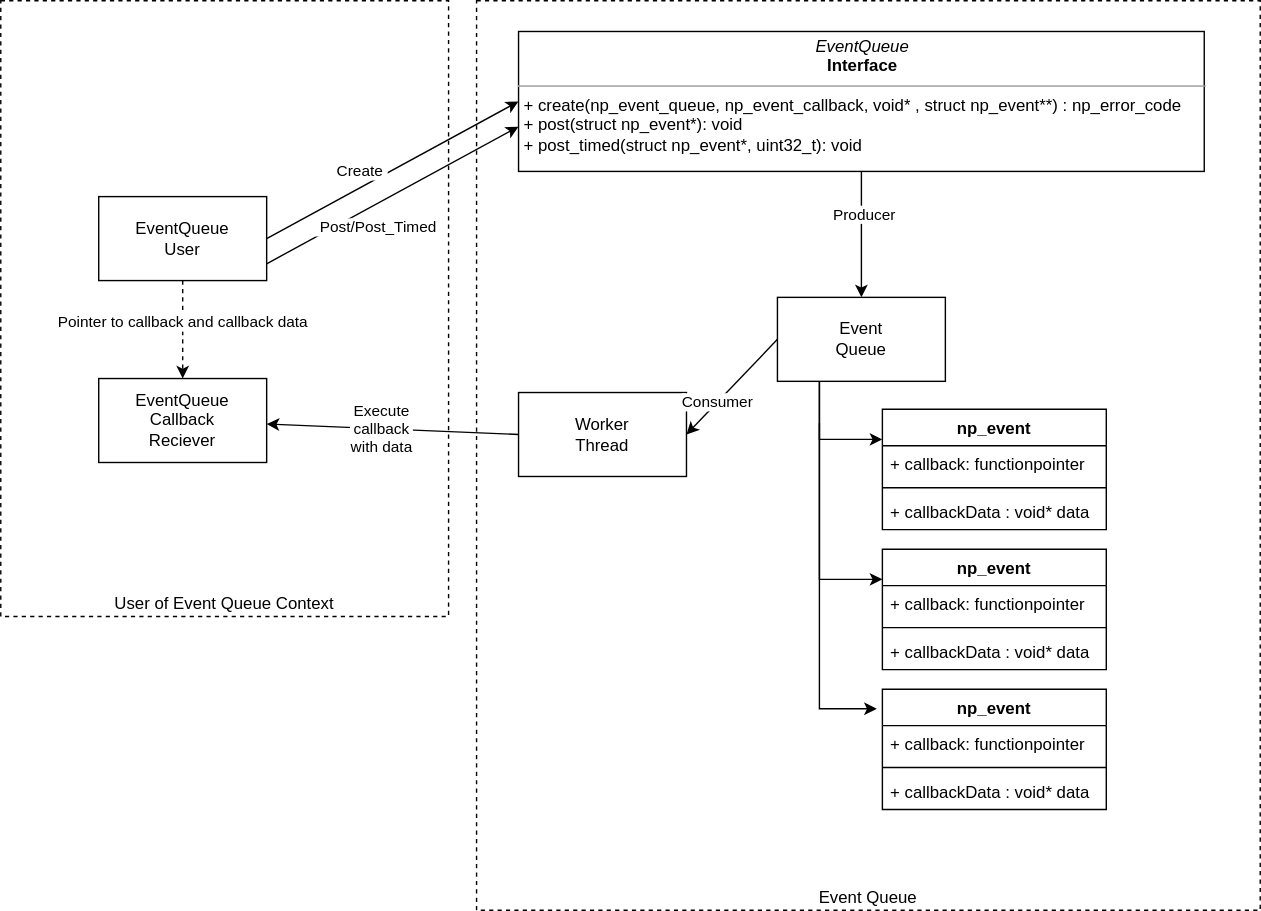
nabto/nabto-embedded-sdk keeps this draw.io diagram as doc/images/event_queue.svg. Above is the earlier version. Source tidied: cells renumbered, new cells last; positions are measured from the earlier drawing's top-left corner, leaving out a move shared by most shapes.
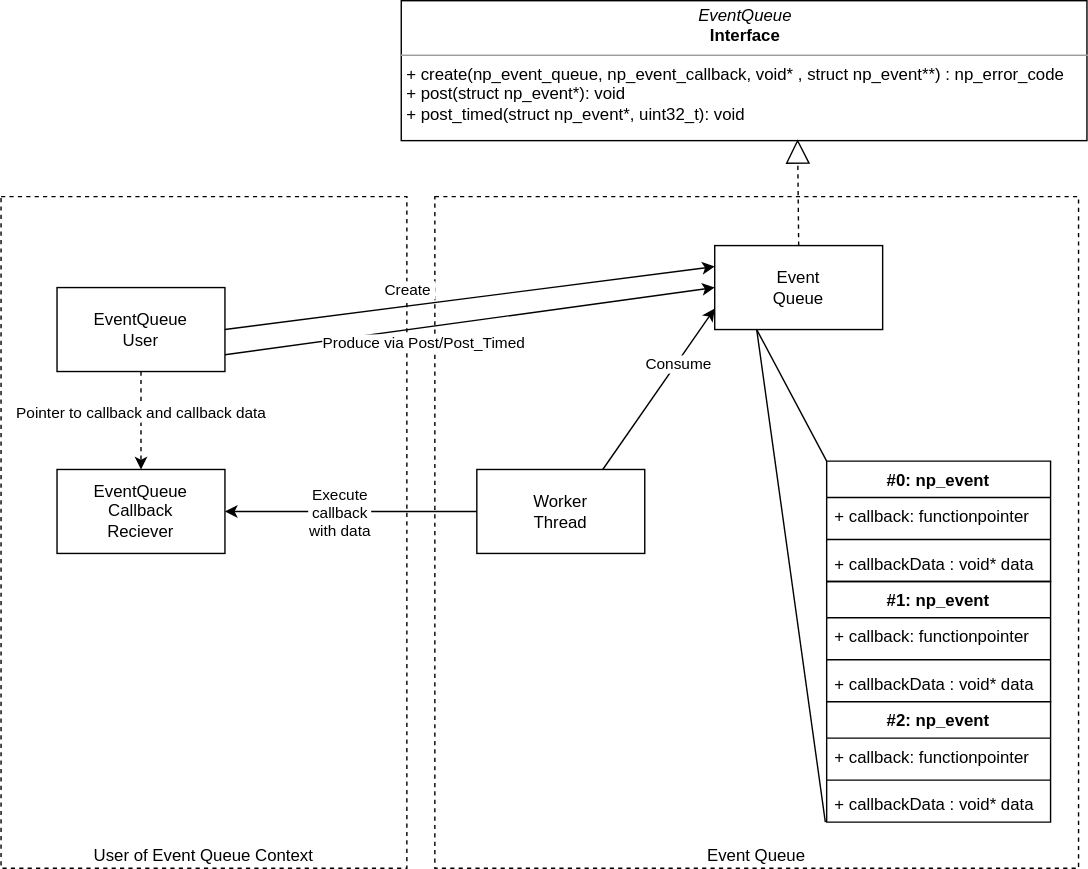
The same file after the commit.

Commit message:
cleaned up eq figure

Diff of the diagram source:
```diff
@@ -3,64 +3,39 @@
     <mxCell id="0" />
     <mxCell id="1" parent="0" />
     <mxCell id="2" value="Event Queue" style="rounded=0;whiteSpace=wrap;html=1;fillColor=none;dashed=1;verticalAlign=bottom;" parent="1" vertex="1">
-      <mxGeometry x="340" width="560" height="650" as="geometry" />
+      <mxGeometry x="340" y="70" width="460" height="480" as="geometry" />
     </mxCell>
     <mxCell id="3" value="User of Event Queue Context" style="rounded=0;whiteSpace=wrap;html=1;fillColor=none;dashed=1;verticalAlign=bottom;" parent="1" vertex="1">
-      <mxGeometry width="320" height="440" as="geometry" />
+      <mxGeometry x="30" y="70" width="290" height="480" as="geometry" />
     </mxCell>
     <mxCell id="4" value="Event&lt;br&gt;Queue" style="rounded=0;whiteSpace=wrap;html=1;" parent="1" vertex="1">
-      <mxGeometry x="555" y="212" width="120" height="60" as="geometry" />
+      <mxGeometry x="540" y="105" width="120" height="60" as="geometry" />
     </mxCell>
     <mxCell id="5" value="&lt;p style=&quot;margin: 0px ; margin-top: 4px ; text-align: center&quot;&gt;&lt;i&gt;EventQueue&lt;br&gt;&lt;/i&gt;&lt;b&gt;Interface&lt;/b&gt;&lt;/p&gt;&lt;hr size=&quot;1&quot;&gt;&lt;p style=&quot;margin: 0px ; margin-left: 4px&quot;&gt;&lt;/p&gt;&lt;p style=&quot;margin: 0px ; margin-left: 4px&quot;&gt;+&amp;nbsp;&lt;span&gt;create(np_event_queue, np_event_callback, void* , struct np_event**) : np_error_code&lt;/span&gt;&lt;/p&gt;&lt;p style=&quot;margin: 0px ; margin-left: 4px&quot;&gt;+ post(struct np_event*): void&lt;/p&gt;&lt;p style=&quot;margin: 0px 0px 0px 4px&quot;&gt;+ post_timed(struct np_event*, uint32_t): void&lt;/p&gt;&lt;p style=&quot;margin: 0px 0px 0px 4px&quot;&gt;&lt;br&gt;&lt;/p&gt;" style="verticalAlign=top;align=left;overflow=fill;fontSize=12;fontFamily=Helvetica;html=1;" parent="1" vertex="1">
-      <mxGeometry x="370" y="22" width="490" height="100" as="geometry" />
+      <mxGeometry x="316" y="-70" width="490" height="100" as="geometry" />
     </mxCell>
-    <mxCell id="6" style="endArrow=classic;html=1;exitX=0.25;exitY=1;exitDx=0;exitDy=0;edgeStyle=orthogonalEdgeStyle;entryX=0;entryY=0.25;entryDx=0;entryDy=0;rounded=0;" parent="1" edge="1" source="4" target="22">
-      <mxGeometry relative="1" as="geometry" />
-    </mxCell>
-    <mxCell id="7" style="endArrow=classic;html=1;edgeStyle=orthogonalEdgeStyle;entryX=0;entryY=0.25;entryDx=0;entryDy=0;rounded=0;" parent="1" edge="1" target="26">
-      <mxGeometry relative="1" as="geometry">
-        <mxPoint x="585" y="302" as="sourcePoint" />
-        <Array as="points">
-          <mxPoint x="585" y="414" />
-        </Array>
-      </mxGeometry>
-    </mxCell>
-    <mxCell id="8" style="endArrow=classic;html=1;edgeStyle=orthogonalEdgeStyle;rounded=0;entryX=-0.025;entryY=0.163;entryDx=0;entryDy=0;entryPerimeter=0;" parent="1" edge="1" target="30">
-      <mxGeometry relative="1" as="geometry">
-        <mxPoint x="585" y="272" as="sourcePoint" />
-        <Array as="points">
-          <mxPoint x="585" y="506" />
-        </Array>
-      </mxGeometry>
-    </mxCell>
     <mxCell id="9" value="EventQueue&lt;br&gt;User" style="rounded=0;whiteSpace=wrap;html=1;" parent="1" vertex="1">
-      <mxGeometry x="70" y="140" width="120" height="60" as="geometry" />
+      <mxGeometry x="70" y="135" width="120" height="60" as="geometry" />
     </mxCell>
-    <mxCell id="10" style="endArrow=classic;html=1;exitX=1;exitY=0.5;exitDx=0;exitDy=0;entryX=0;entryY=0.5;entryDx=0;entryDy=0;" parent="1" edge="1" source="9" target="5">
-      <mxGeometry relative="1" as="geometry" />
-    </mxCell>
+    <mxCell id="36" style="endArrow=classic;html=1;exitX=1;exitY=0.5;exitDx=0;exitDy=0;entryX=0;entryY=0.25;entryDx=0;entryDy=0;" parent="1" edge="1" source="9" target="4">
+      <mxGeometry relative="1" as="geometry" />
+    </mxCell>
-    <mxCell id="11" value="Create&amp;nbsp;" style="edgeLabel;html=1;align=center;verticalAlign=middle;" parent="10" vertex="1">
+    <mxCell id="11" value="Create&amp;nbsp;" style="edgeLabel;html=1;align=center;verticalAlign=middle;" parent="36" vertex="1">
       <mxGeometry x="-0.25" relative="1" as="geometry">
         <mxPoint y="-12" as="offset" />
       </mxGeometry>
     </mxCell>
     <mxCell id="12" value="Worker&lt;br&gt;Thread" style="rounded=0;whiteSpace=wrap;html=1;" parent="1" vertex="1">
-      <mxGeometry x="370" y="280" width="120" height="60" as="geometry" />
+      <mxGeometry x="370" y="265" width="120" height="60" as="geometry" />
     </mxCell>
-    <mxCell id="13" style="endArrow=none;html=1;exitX=1;exitY=0.5;exitDx=0;exitDy=0;entryX=0;entryY=0.5;entryDx=0;entryDy=0;startArrow=classic;startFill=1;endFill=0;" parent="1" edge="1" source="12" target="4">
-      <mxGeometry relative="1" as="geometry" />
-    </mxCell>
-    <mxCell id="14" value="Consumer" style="edgeLabel;html=1;align=center;verticalAlign=middle;" parent="13" vertex="1">
-      <mxGeometry x="-0.32" y="1" relative="1" as="geometry" />
-    </mxCell>
-    <mxCell id="15" style="endArrow=classic;html=1;exitX=0.5;exitY=1;exitDx=0;exitDy=0;entryX=0.5;entryY=0;entryDx=0;entryDy=0;startArrow=none;startFill=0;" parent="1" edge="1" source="5" target="4">
-      <mxGeometry relative="1" as="geometry" />
-    </mxCell>
-    <mxCell id="16" value="Producer" style="edgeLabel;html=1;align=center;verticalAlign=middle;" parent="15" vertex="1">
-      <mxGeometry x="-0.32" y="1" relative="1" as="geometry" />
-    </mxCell>
+    <mxCell id="37" style="endArrow=none;html=1;exitX=0;exitY=0.75;exitDx=0;exitDy=0;startArrow=classic;startFill=1;endFill=0;entryX=0.75;entryY=0;entryDx=0;entryDy=0;" parent="1" edge="1" source="4" target="12">
+      <mxGeometry relative="1" as="geometry" />
+    </mxCell>
+    <mxCell id="38" value="Consume" style="edgeLabel;html=1;align=center;verticalAlign=middle;" parent="37" vertex="1">
+      <mxGeometry x="-0.32" y="1" relative="1" as="geometry" />
+    </mxCell>
     <mxCell id="17" value="EventQueue&lt;br&gt;Callback&lt;br&gt;Reciever" style="rounded=0;whiteSpace=wrap;html=1;" parent="1" vertex="1">
-      <mxGeometry x="70" y="270" width="120" height="60" as="geometry" />
+      <mxGeometry x="70" y="265" width="120" height="60" as="geometry" />
     </mxCell>
     <mxCell id="18" style="endArrow=classic;html=1;exitX=0;exitY=0.5;exitDx=0;exitDy=0;" parent="1" edge="1" source="12" target="17">
       <mxGeometry relative="1" as="geometry" />
@@ -74,52 +49,60 @@
     <mxCell id="21" value="Pointer to callback and callback data" style="edgeLabel;html=1;align=center;verticalAlign=middle;" parent="20" vertex="1">
       <mxGeometry x="-0.17" y="-1" relative="1" as="geometry" />
     </mxCell>
-    <mxCell id="22" value="np_event" style="swimlane;fontStyle=1;align=center;verticalAlign=top;horizontal=1;startSize=26;" parent="1" vertex="1">
-      <mxGeometry x="630" y="292" width="160" height="86" as="geometry" />
-    </mxCell>
-    <mxCell id="23" value="+ callback: functionpointer" style="text;strokeColor=none;fillColor=none;align=left;verticalAlign=top;spacingLeft=4;spacingRight=4;overflow=hidden;" parent="22" vertex="1">
-      <mxGeometry y="26" width="160" height="26" as="geometry" />
-    </mxCell>
-    <mxCell id="24" style="line;strokeWidth=1;fillColor=none;align=left;verticalAlign=middle;spacingTop=-1;spacingLeft=3;spacingRight=3;labelPosition=right;" parent="22" vertex="1">
-      <mxGeometry y="52" width="160" height="8" as="geometry" />
-    </mxCell>
-    <mxCell id="25" value="+ callbackData : void* data" style="text;strokeColor=none;fillColor=none;align=left;verticalAlign=top;spacingLeft=4;spacingRight=4;overflow=hidden;" parent="22" vertex="1">
-      <mxGeometry y="60" width="160" height="26" as="geometry" />
-    </mxCell>
-    <mxCell id="26" value="np_event" style="swimlane;fontStyle=1;align=center;verticalAlign=top;horizontal=1;startSize=26;" parent="1" vertex="1">
-      <mxGeometry x="630" y="392" width="160" height="86" as="geometry" />
-    </mxCell>
-    <mxCell id="27" value="+ callback: functionpointer" style="text;strokeColor=none;fillColor=none;align=left;verticalAlign=top;spacingLeft=4;spacingRight=4;overflow=hidden;" parent="26" vertex="1">
-      <mxGeometry y="26" width="160" height="26" as="geometry" />
-    </mxCell>
-    <mxCell id="28" style="line;strokeWidth=1;fillColor=none;align=left;verticalAlign=middle;spacingTop=-1;spacingLeft=3;spacingRight=3;labelPosition=right;" parent="26" vertex="1">
-      <mxGeometry y="52" width="160" height="8" as="geometry" />
-    </mxCell>
-    <mxCell id="29" value="+ callbackData : void* data" style="text;strokeColor=none;fillColor=none;align=left;verticalAlign=top;spacingLeft=4;spacingRight=4;overflow=hidden;" parent="26" vertex="1">
-      <mxGeometry y="60" width="160" height="26" as="geometry" />
-    </mxCell>
-    <mxCell id="30" value="np_event" style="swimlane;fontStyle=1;align=center;verticalAlign=top;horizontal=1;startSize=26;" parent="1" vertex="1">
-      <mxGeometry x="630" y="492" width="160" height="86" as="geometry" />
-    </mxCell>
-    <mxCell id="31" value="+ callback: functionpointer" style="text;strokeColor=none;fillColor=none;align=left;verticalAlign=top;spacingLeft=4;spacingRight=4;overflow=hidden;" parent="30" vertex="1">
-      <mxGeometry y="26" width="160" height="26" as="geometry" />
-    </mxCell>
-    <mxCell id="32" style="line;strokeWidth=1;fillColor=none;align=left;verticalAlign=middle;spacingTop=-1;spacingLeft=3;spacingRight=3;labelPosition=right;" parent="30" vertex="1">
-      <mxGeometry y="52" width="160" height="8" as="geometry" />
-    </mxCell>
-    <mxCell id="33" value="+ callbackData : void* data" style="text;strokeColor=none;fillColor=none;align=left;verticalAlign=top;spacingLeft=4;spacingRight=4;overflow=hidden;" parent="30" vertex="1">
-      <mxGeometry y="60" width="160" height="26" as="geometry" />
-    </mxCell>
-    <mxCell id="34" style="endArrow=classic;html=1;exitX=1;exitY=0.5;exitDx=0;exitDy=0;entryX=0;entryY=0.5;entryDx=0;entryDy=0;" parent="1" edge="1">
-      <mxGeometry relative="1" as="geometry">
-        <mxPoint x="190" y="188" as="sourcePoint" />
-        <mxPoint x="370" y="90" as="targetPoint" />
-      </mxGeometry>
-    </mxCell>
-    <mxCell id="35" value="&amp;nbsp;Post/Post_Timed" style="edgeLabel;html=1;align=center;verticalAlign=middle;" parent="34" vertex="1">
-      <mxGeometry x="-0.25" relative="1" as="geometry">
-        <mxPoint x="10" y="10" as="offset" />
-      </mxGeometry>
-    </mxCell>
+    <mxCell id="39" style="endArrow=classic;html=1;exitX=1;exitY=0.5;exitDx=0;exitDy=0;entryX=0;entryY=0.5;entryDx=0;entryDy=0;" parent="1" edge="1" target="4">
+      <mxGeometry relative="1" as="geometry">
+        <mxPoint x="190" y="183" as="sourcePoint" />
+      </mxGeometry>
+    </mxCell>
+    <mxCell id="40" value="Produce via Post/Post_Timed" style="edgeLabel;html=1;align=center;verticalAlign=middle;" parent="39" vertex="1">
+      <mxGeometry x="-0.25" relative="1" as="geometry">
+        <mxPoint x="10" y="10" as="offset" />
+      </mxGeometry>
+    </mxCell>
+    <mxCell id="41" style="endArrow=none;html=1;entryX=0;entryY=0;entryDx=0;entryDy=0;exitX=0.25;exitY=1;exitDx=0;exitDy=0;" parent="1" edge="1" source="4" target="47">
+      <mxGeometry relative="1" as="geometry" />
+    </mxCell>
+    <mxCell id="42" value="#1: np_event" style="swimlane;fontStyle=1;align=center;verticalAlign=top;horizontal=1;startSize=26;" parent="1" vertex="1">
+      <mxGeometry x="620" y="345" width="160" height="86" as="geometry" />
+    </mxCell>
+    <mxCell id="43" value="+ callback: functionpointer" style="text;strokeColor=none;fillColor=none;align=left;verticalAlign=top;spacingLeft=4;spacingRight=4;overflow=hidden;" parent="42" vertex="1">
+      <mxGeometry y="26" width="160" height="26" as="geometry" />
+    </mxCell>
+    <mxCell id="44" style="line;strokeWidth=1;fillColor=none;align=left;verticalAlign=middle;spacingTop=-1;spacingLeft=3;spacingRight=3;labelPosition=right;" parent="42" vertex="1">
+      <mxGeometry y="52" width="160" height="8" as="geometry" />
+    </mxCell>
+    <mxCell id="45" value="+ callbackData : void* data" style="text;strokeColor=none;fillColor=none;align=left;verticalAlign=top;spacingLeft=4;spacingRight=4;overflow=hidden;" parent="42" vertex="1">
+      <mxGeometry y="60" width="160" height="26" as="geometry" />
+    </mxCell>
+    <mxCell id="46" style="endArrow=none;html=1;entryX=-0.006;entryY=1;entryDx=0;entryDy=0;exitX=0.25;exitY=1;exitDx=0;exitDy=0;entryPerimeter=0;" parent="1" edge="1" source="4" target="54">
+      <mxGeometry relative="1" as="geometry" />
+    </mxCell>
+    <mxCell id="47" value="#0: np_event" style="swimlane;fontStyle=1;align=center;verticalAlign=top;horizontal=1;startSize=26;" parent="1" vertex="1">
+      <mxGeometry x="620" y="259" width="160" height="86" as="geometry" />
+    </mxCell>
+    <mxCell id="48" value="+ callback: functionpointer" style="text;strokeColor=none;fillColor=none;align=left;verticalAlign=top;spacingLeft=4;spacingRight=4;overflow=hidden;" parent="47" vertex="1">
+      <mxGeometry y="26" width="160" height="26" as="geometry" />
+    </mxCell>
+    <mxCell id="49" style="line;strokeWidth=1;fillColor=none;align=left;verticalAlign=middle;spacingTop=-1;spacingLeft=3;spacingRight=3;labelPosition=right;" parent="47" vertex="1">
+      <mxGeometry y="52" width="160" height="8" as="geometry" />
+    </mxCell>
+    <mxCell id="50" value="+ callbackData : void* data" style="text;strokeColor=none;fillColor=none;align=left;verticalAlign=top;spacingLeft=4;spacingRight=4;overflow=hidden;" parent="47" vertex="1">
+      <mxGeometry y="60" width="160" height="26" as="geometry" />
+    </mxCell>
+    <mxCell id="51" value="#2: np_event" style="swimlane;fontStyle=1;align=center;verticalAlign=top;horizontal=1;startSize=26;" parent="1" vertex="1">
+      <mxGeometry x="620" y="431" width="160" height="86" as="geometry" />
+    </mxCell>
+    <mxCell id="52" value="+ callback: functionpointer" style="text;strokeColor=none;fillColor=none;align=left;verticalAlign=top;spacingLeft=4;spacingRight=4;overflow=hidden;" parent="51" vertex="1">
+      <mxGeometry y="26" width="160" height="26" as="geometry" />
+    </mxCell>
+    <mxCell id="53" style="line;strokeWidth=1;fillColor=none;align=left;verticalAlign=middle;spacingTop=-1;spacingLeft=3;spacingRight=3;labelPosition=right;" parent="51" vertex="1">
+      <mxGeometry y="52" width="160" height="8" as="geometry" />
+    </mxCell>
+    <mxCell id="54" value="+ callbackData : void* data" style="text;strokeColor=none;fillColor=none;align=left;verticalAlign=top;spacingLeft=4;spacingRight=4;overflow=hidden;points=[[0,0.5],[1,0.5]];portConstraint=eastwest;" parent="51" vertex="1">
+      <mxGeometry y="60" width="160" height="26" as="geometry" />
+    </mxCell>
+    <mxCell id="55" style="endArrow=block;html=1;dashed=1;entryX=0.578;entryY=0.99;entryDx=0;entryDy=0;entryPerimeter=0;exitX=0.5;exitY=0;exitDx=0;exitDy=0;endFill=0;endSize=15;" parent="1" edge="1" source="4" target="5">
+      <mxGeometry relative="1" as="geometry" />
+    </mxCell>
   </root>
 </mxGraphModel>
```
